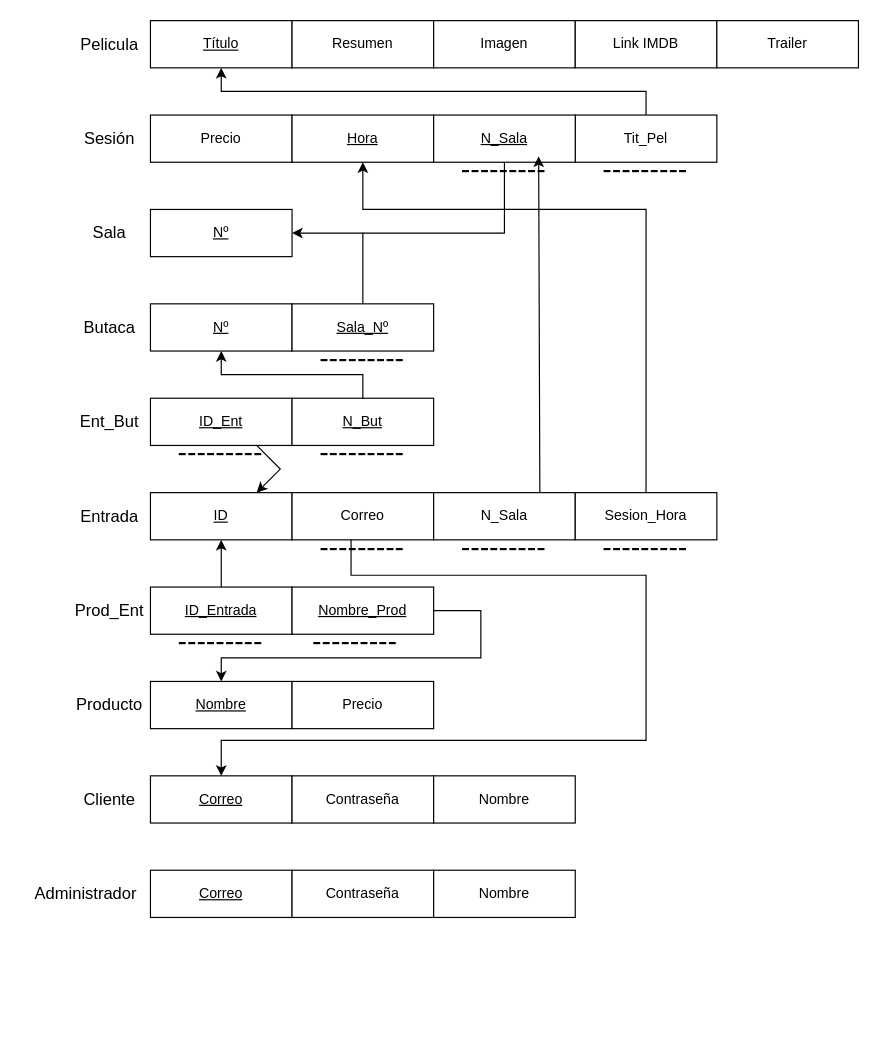
This is Relacional_Desacine.drawio from alberto872189/Sisinf, a draw.io file, before an edit. Source tidied: cells renumbered, new cells numbered last; positions are measured from the earlier drawing's top-left corner, leaving out a move shared by most shapes. Both pictures are drawn from the tidied source at 118%, with x=0, y=0 at pixel (20, 20).
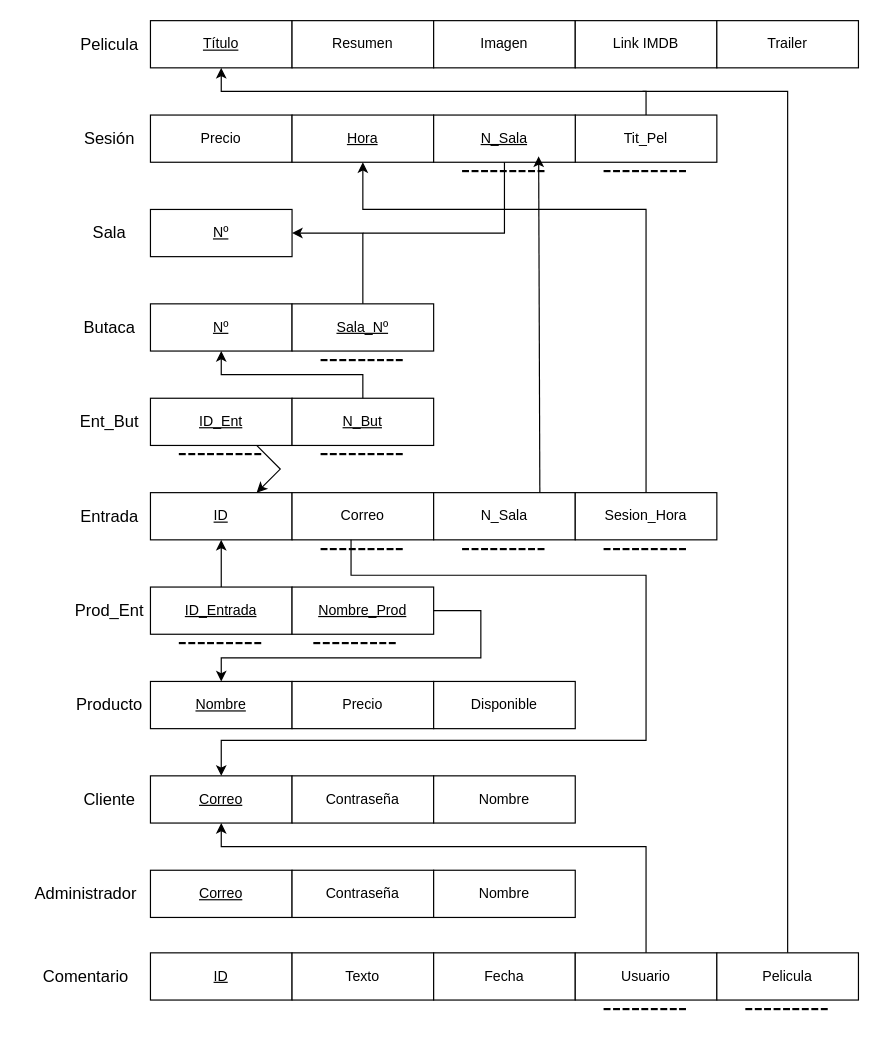
The same page after the edit.

The change refers to these unchanged cells:
```xml
<mxCell id="29" value="&lt;u&gt;Correo&lt;/u&gt;" style="rounded=0;whiteSpace=wrap;html=1;" parent="1" vertex="1">
  <mxGeometry x="110" y="640" width="120" height="40" as="geometry" />
</mxCell>
```

Change to the diagram source:
```diff
@@
+    <mxCell id="60" value="&lt;u&gt;ID&lt;/u&gt;" style="rounded=0;whiteSpace=wrap;html=1;" parent="1" vertex="1">
+      <mxGeometry x="110" y="790" width="120" height="40" as="geometry" />
+    </mxCell>
+    <mxCell id="61" value="&lt;font style=&quot;font-size: 14px;&quot;&gt;Comentario&lt;/font&gt;" style="text;html=1;align=center;verticalAlign=middle;strokeColor=none;fillColor=none;" parent="1" vertex="1">
+      <mxGeometry x="5" y="795" width="100" height="30" as="geometry" />
+    </mxCell>
+    <mxCell id="62" value="Texto" style="rounded=0;whiteSpace=wrap;html=1;" parent="1" vertex="1">
+      <mxGeometry x="230" y="790" width="120" height="40" as="geometry" />
+    </mxCell>
+    <mxCell id="63" value="Fecha" style="rounded=0;whiteSpace=wrap;html=1;" parent="1" vertex="1">
+      <mxGeometry x="350" y="790" width="120" height="40" as="geometry" />
+    </mxCell>
+    <mxCell id="64" value="Usuario" style="rounded=0;whiteSpace=wrap;html=1;" parent="1" vertex="1">
+      <mxGeometry x="470" y="790" width="120" height="40" as="geometry" />
+    </mxCell>
+    <mxCell id="65" value="Pelicula" style="rounded=0;whiteSpace=wrap;html=1;" parent="1" vertex="1">
+      <mxGeometry x="590" y="790" width="120" height="40" as="geometry" />
+    </mxCell>
+    <mxCell id="66" value="&lt;font style=&quot;font-size: 24px;&quot;&gt;---------&lt;/font&gt;" style="text;html=1;align=center;verticalAlign=middle;strokeColor=none;fillColor=none;rotation=180;" parent="1" vertex="1">
+      <mxGeometry x="480" y="820" width="100" height="40" as="geometry" />
+    </mxCell>
+    <mxCell id="67" value="&lt;font style=&quot;font-size: 24px;&quot;&gt;---------&lt;/font&gt;" style="text;html=1;align=center;verticalAlign=middle;strokeColor=none;fillColor=none;rotation=180;" parent="1" vertex="1">
+      <mxGeometry x="600" y="820" width="100" height="40" as="geometry" />
+    </mxCell>
+    <mxCell id="68" value="Disponible" style="rounded=0;whiteSpace=wrap;html=1;" parent="1" vertex="1">
+      <mxGeometry x="350" y="560" width="120" height="40" as="geometry" />
+    </mxCell>
+    <mxCell id="69" style="endArrow=none;html=1;rounded=0;entryX=0.5;entryY=0;entryDx=0;entryDy=0;endFill=0;" parent="1" edge="1" target="65">
+      <mxGeometry relative="1" as="geometry">
+        <mxPoint x="527" y="60" as="sourcePoint" />
+        <Array as="points">
+          <mxPoint x="650" y="60" />
+          <mxPoint x="650" y="640" />
+          <mxPoint x="650" y="720" />
+        </Array>
+      </mxGeometry>
+    </mxCell>
+    <mxCell id="70" style="endArrow=classic;html=1;rounded=0;exitX=0.5;exitY=0;exitDx=0;exitDy=0;entryX=0.5;entryY=1;entryDx=0;entryDy=0;endFill=1;" parent="1" edge="1" source="64" target="29">
+      <mxGeometry relative="1" as="geometry">
+        <Array as="points">
+          <mxPoint x="530" y="720" />
+          <mxPoint x="530" y="700" />
+          <mxPoint x="170" y="700" />
+        </Array>
+      </mxGeometry>
+    </mxCell>
```
